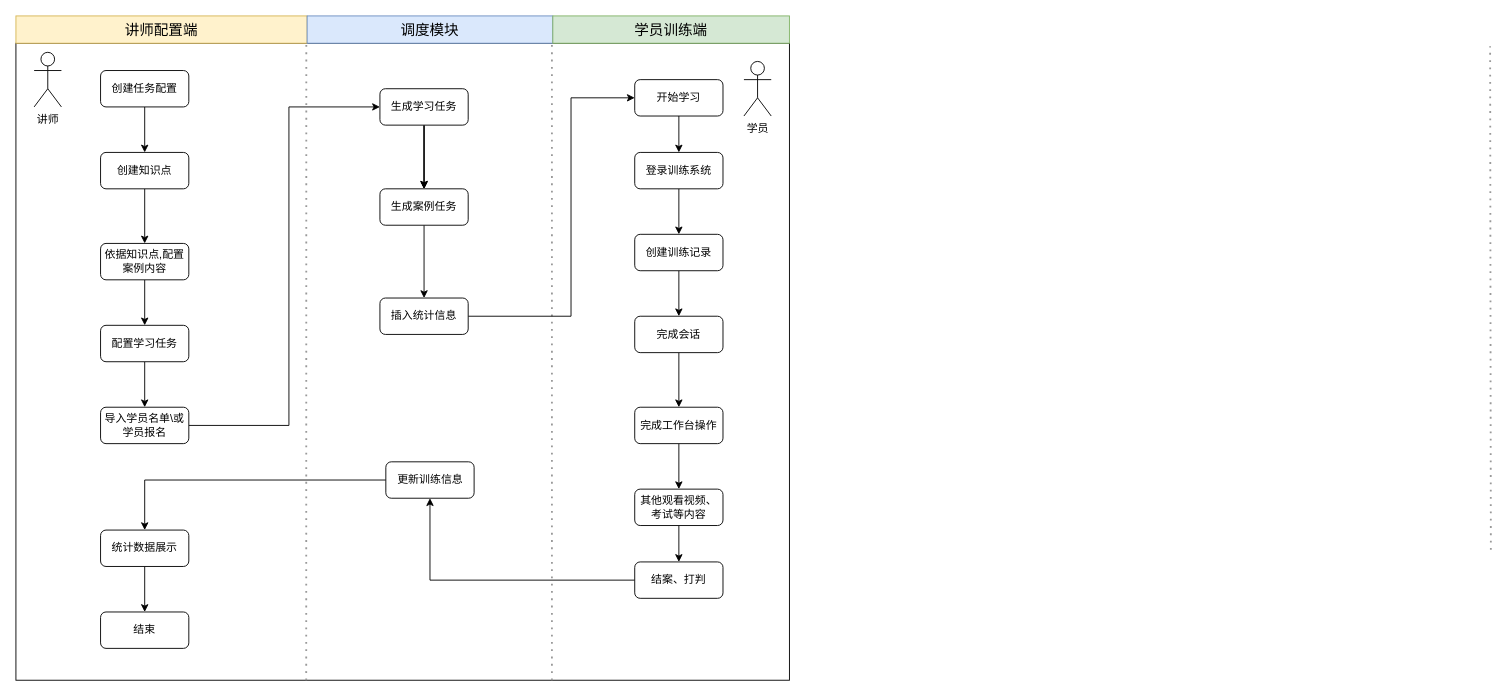
Earlier version of the draw.io diagram 核心链路流程图.drawio (cgshao02/graduation_picture). Source tidied: cells renumbered, new cells numbered last; positions are measured from the earlier drawing's top-left corner, leaving out a move shared by most shapes. Both pictures are drawn from the tidied source at 91%, with x=0, y=0 at pixel (15, 15).
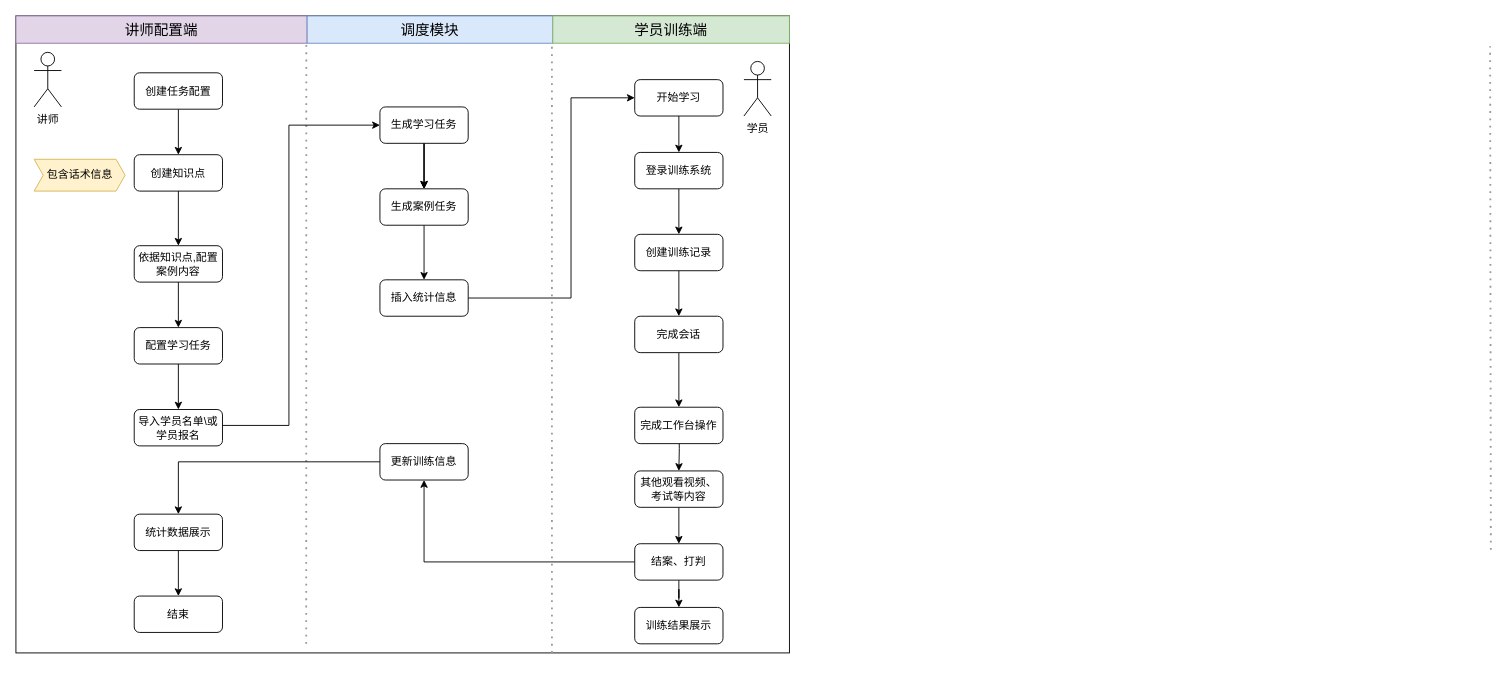
After the change.

Commit message (it also covers changes not shown here):
更新核心链路流程图.drawio

Unchanged cells that the change refers to:
```xml
<mxCell id="29" value="开始学习" style="rounded=1;whiteSpace=wrap;html=1;" parent="1" vertex="1">
  <mxGeometry x="680" y="70" width="97" height="40" as="geometry" />
</mxCell>
<mxCell id="39" value="完成工作台操作" style="rounded=1;whiteSpace=wrap;html=1;" parent="1" vertex="1">
  <mxGeometry x="680" y="430" width="97" height="40" as="geometry" />
</mxCell>
```

The edit, as a diff of the source:
```diff
@@
     <mxCell id="2" style="rounded=0;whiteSpace=wrap;html=1;" parent="1" vertex="1">
-      <mxGeometry y="30" width="850" height="700" as="geometry" />
+      <mxGeometry width="850" height="700" as="geometry" />
     </mxCell>
     <mxCell id="3" style="endArrow=none;dashed=1;html=1;dashPattern=1 3;strokeWidth=2;entryX=0;entryY=1;entryDx=0;entryDy=0;strokeColor=#999999;" parent="1" edge="1">
       <mxGeometry relative="1" as="geometry">
-        <mxPoint x="319" y="730" as="sourcePoint" />
+        <mxPoint x="319" y="690" as="sourcePoint" />
         <mxPoint x="319.1" y="30" as="targetPoint" />
       </mxGeometry>
     </mxCell>
-    <mxCell id="4" value="&lt;span style=&quot;font-size: 16px;&quot;&gt;讲师配置端&lt;/span&gt;" style="rounded=0;whiteSpace=wrap;html=1;fillColor=#fff2cc;strokeColor=#d6b656;" parent="1" vertex="1">
+    <mxCell id="4" value="&lt;span style=&quot;font-size: 16px;&quot;&gt;讲师配置端&lt;/span&gt;" style="rounded=0;whiteSpace=wrap;html=1;fillColor=#e1d5e7;strokeColor=#9673a6;" parent="1" vertex="1">
       <mxGeometry width="320" height="30" as="geometry" />
     </mxCell>
@@
     <mxCell id="8" style="endArrow=none;dashed=1;html=1;dashPattern=1 3;strokeWidth=2;entryX=0;entryY=1;entryDx=0;entryDy=0;strokeColor=#999999;rounded=1;align=center;verticalAlign=middle;fontFamily=Helvetica;fontSize=11;fontColor=default;labelBackgroundColor=default;" parent="1" edge="1">
       <mxGeometry relative="1" as="geometry">
-        <mxPoint x="589" y="730" as="sourcePoint" />
+        <mxPoint x="589" y="700" as="sourcePoint" />
         <mxPoint x="589" y="30" as="targetPoint" />
       </mxGeometry>
     </mxCell>
@@
     <mxCell id="11" value="创建任务配置" style="rounded=1;whiteSpace=wrap;html=1;" parent="1" vertex="1">
-      <mxGeometry x="93" y="60" width="97" height="40" as="geometry" />
+      <mxGeometry x="130" y="62.5" width="97" height="40" as="geometry" />
     </mxCell>
@@
     <mxCell id="13" value="创建知识点" style="rounded=1;whiteSpace=wrap;html=1;" parent="1" vertex="1">
-      <mxGeometry x="93" y="150" width="97" height="40" as="geometry" />
+      <mxGeometry x="130" y="152.5" width="97" height="40" as="geometry" />
     </mxCell>
@@
     <mxCell id="15" value="依据知识点,配置案例内容" style="rounded=1;whiteSpace=wrap;html=1;" parent="1" vertex="1">
-      <mxGeometry x="93" y="250" width="97" height="40" as="geometry" />
+      <mxGeometry x="130" y="252.5" width="97" height="40" as="geometry" />
     </mxCell>
@@
     <mxCell id="17" value="配置学习任务" style="rounded=1;whiteSpace=wrap;html=1;" parent="1" vertex="1">
-      <mxGeometry x="93" y="340" width="97" height="40" as="geometry" />
+      <mxGeometry x="130" y="342.5" width="97" height="40" as="geometry" />
     </mxCell>
     <mxCell id="18" style="edgeStyle=orthogonalEdgeStyle;rounded=0;jettySize=auto;html=1;" parent="1" edge="1" source="19" target="23">
       <mxGeometry relative="1" as="geometry">
         <Array as="points">
           <mxPoint x="300" y="450" />
-          <mxPoint x="300" y="100" />
+          <mxPoint x="300" y="120" />
         </Array>
       </mxGeometry>
     </mxCell>
     <mxCell id="19" value="导入学员名单\或学员报名" style="rounded=1;whiteSpace=wrap;html=1;" parent="1" vertex="1">
-      <mxGeometry x="93" y="430" width="97" height="40" as="geometry" />
+      <mxGeometry x="130" y="432.5" width="97" height="40" as="geometry" />
     </mxCell>
@@
     <mxCell id="23" value="生成学习任务" style="rounded=1;whiteSpace=wrap;html=1;" parent="1" vertex="1">
-      <mxGeometry x="400" y="80" width="97" height="40" as="geometry" />
+      <mxGeometry x="400" y="100" width="97" height="40" as="geometry" />
     </mxCell>
@@
     <mxCell id="26" style="edgeStyle=orthogonalEdgeStyle;rounded=0;jettySize=auto;html=1;" parent="1" edge="1" source="27" target="29">
       <mxGeometry relative="1" as="geometry">
         <Array as="points">
-          <mxPoint x="610" y="330" />
+          <mxPoint x="610" y="310" />
           <mxPoint x="610" y="90" />
         </Array>
       </mxGeometry>
     </mxCell>
     <mxCell id="27" value="插入统计信息" style="rounded=1;whiteSpace=wrap;html=1;" parent="1" vertex="1">
-      <mxGeometry x="400" y="310" width="97" height="40" as="geometry" />
+      <mxGeometry x="400" y="290" width="97" height="40" as="geometry" />
     </mxCell>
@@
-    <mxCell id="38" style="edgeStyle=orthogonalEdgeStyle;rounded=0;jettySize=auto;html=1;" parent="1" edge="1" source="39" target="41">
-      <mxGeometry relative="1" as="geometry" />
+    <mxCell id="38" style="edgeStyle=orthogonalEdgeStyle;rounded=0;jettySize=auto;html=1;" parent="1" edge="1" target="41">
+      <mxGeometry relative="1" as="geometry">
+        <mxPoint x="728.5" y="450" as="sourcePoint" />
+      </mxGeometry>
     </mxCell>
@@
     <mxCell id="41" value="其他观看视频、考试等内容" style="rounded=1;whiteSpace=wrap;html=1;" parent="1" vertex="1">
-      <mxGeometry x="680" y="520" width="97" height="40" as="geometry" />
+      <mxGeometry x="680" y="500" width="97" height="40" as="geometry" />
     </mxCell>
@@
+    <mxCell id="49" style="edgeStyle=orthogonalEdgeStyle;rounded=0;jettySize=auto;html=1;" parent="1" edge="1" source="43" target="51">
+      <mxGeometry relative="1" as="geometry" />
+    </mxCell>
     <mxCell id="43" value="结案、打判" style="rounded=1;whiteSpace=wrap;html=1;" parent="1" vertex="1">
-      <mxGeometry x="680" y="600" width="97" height="40" as="geometry" />
+      <mxGeometry x="680" y="580" width="97" height="40" as="geometry" />
     </mxCell>
@@
     <mxCell id="45" value="更新训练信息" style="rounded=1;whiteSpace=wrap;html=1;" parent="1" vertex="1">
-      <mxGeometry x="406.5" y="490" width="97" height="40" as="geometry" />
+      <mxGeometry x="400" y="470" width="97" height="40" as="geometry" />
     </mxCell>
@@
     <mxCell id="47" value="统计数据展示" style="rounded=1;whiteSpace=wrap;html=1;" parent="1" vertex="1">
-      <mxGeometry x="93" y="565" width="97" height="40" as="geometry" />
+      <mxGeometry x="130" y="547.5" width="97" height="40" as="geometry" />
     </mxCell>
     <mxCell id="48" value="结束" style="rounded=1;whiteSpace=wrap;html=1;" parent="1" vertex="1">
-      <mxGeometry x="93" y="655" width="97" height="40" as="geometry" />
+      <mxGeometry x="130" y="637.5" width="97" height="40" as="geometry" />
     </mxCell>
+    <mxCell id="50" value="包含话术信息" style="html=1;shadow=0;dashed=0;align=center;verticalAlign=middle;shape=mxgraph.arrows2.arrow;dy=0;dx=10;notch=10;rotation=0;fillColor=#fff2cc;strokeColor=#d6b656;" parent="1" vertex="1">
+      <mxGeometry x="20" y="157.5" width="100" height="35" as="geometry" />
+    </mxCell>
+    <mxCell id="51" value="训练结果展示" style="rounded=1;whiteSpace=wrap;html=1;" parent="1" vertex="1">
+      <mxGeometry x="680" y="650" width="97" height="40" as="geometry" />
+    </mxCell>
```
